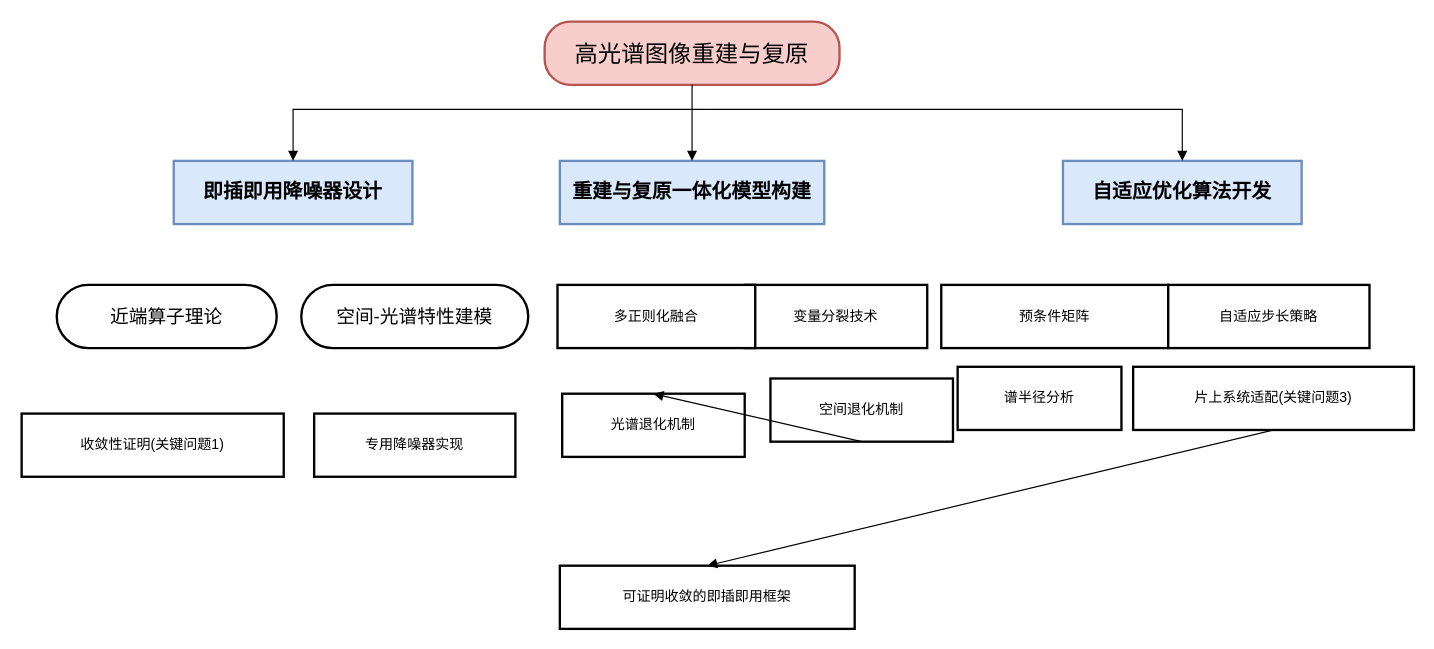
This is Untitled Diagram2.drawio from alicelxx/PARM-NLRR2D, a draw.io file, before an edit. Source tidied: cells renumbered, new cells numbered last; positions are measured from the earlier drawing's top-left corner, leaving out a move shared by most shapes. Both pictures are drawn from the tidied source at 117%, with x=0, y=0 at pixel (21, 21).
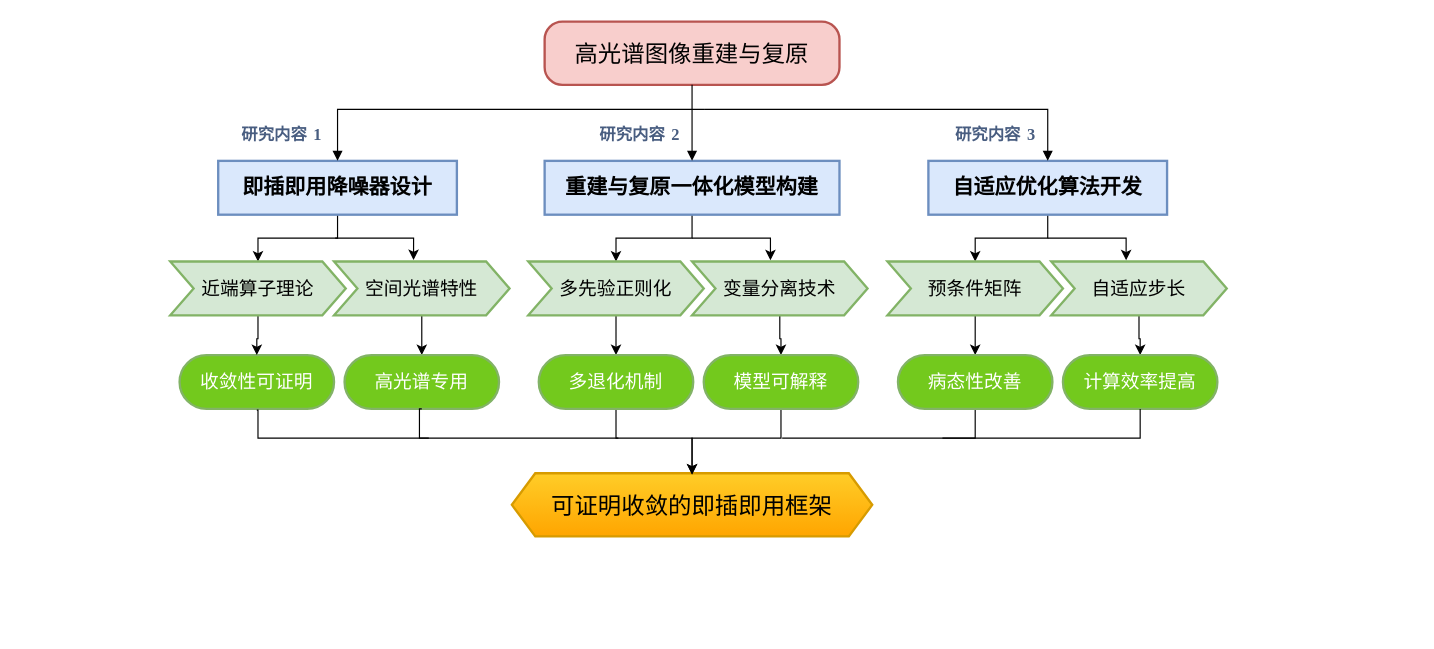
The same page after the edit.

The edit, as a diff of the source:
```diff
@@
-    <mxCell id="2" value="高光谱图像重建与复原" style="whiteSpace=wrap;strokeWidth=2;fillColor=#f8cecc;strokeColor=#b85450;rounded=1;arcSize=41;fontSize=20;" parent="1" vertex="1">
+    <mxCell id="2" value="高光谱图像重建与复原" style="whiteSpace=wrap;strokeWidth=2;fillColor=#f8cecc;strokeColor=#b85450;rounded=1;arcSize=28;fontSize=20;" parent="1" vertex="1">
       <mxGeometry x="447" width="252" height="54" as="geometry" />
     </mxCell>
+    <mxCell id="24" style="edgeStyle=orthogonalEdgeStyle;rounded=0;jettySize=auto;html=1;exitX=0.5;exitY=1;exitDx=0;exitDy=0;" parent="1" edge="1" source="3" target="6">
+      <mxGeometry relative="1" as="geometry" />
+    </mxCell>
-    <mxCell id="3" value="即插即用降噪器设计" style="whiteSpace=wrap;strokeWidth=2;fillColor=#dae8fc;strokeColor=#6c8ebf;fontSize=17;fontFamily=Comic Sans MS;fontStyle=1;align=center;verticalAlign=middle;" parent="1" vertex="1">
-      <mxGeometry x="130" y="119" width="204" height="54" as="geometry" />
+    <mxCell id="3" value="即插即用降噪器设计" style="whiteSpace=wrap;strokeWidth=2;fillColor=#dae8fc;strokeColor=#6c8ebf;fontSize=18;fontFamily=Comic Sans MS;fontStyle=1;align=center;verticalAlign=middle;" parent="1" vertex="1">
+      <mxGeometry x="168" y="119" width="204" height="46" as="geometry" />
     </mxCell>
+    <mxCell id="25" style="edgeStyle=orthogonalEdgeStyle;rounded=0;jettySize=auto;html=1;exitX=0.5;exitY=1;exitDx=0;exitDy=0;entryX=0.5;entryY=0;entryDx=0;entryDy=0;" parent="1" edge="1" source="4" target="34">
+      <mxGeometry relative="1" as="geometry" />
+    </mxCell>
-    <mxCell id="4" value="重建与复原一体化模型构建" style="whiteSpace=wrap;strokeWidth=2;fontSize=17;fontFamily=Comic Sans MS;fillColor=#dae8fc;strokeColor=#6c8ebf;fontStyle=1;align=center;verticalAlign=middle;" parent="1" vertex="1">
-      <mxGeometry x="460" y="119" width="226" height="54" as="geometry" />
+    <mxCell id="4" value="重建与复原一体化模型构建" style="whiteSpace=wrap;strokeWidth=2;fontSize=18;fontFamily=Comic Sans MS;fillColor=#dae8fc;strokeColor=#6c8ebf;fontStyle=1;align=center;verticalAlign=middle;" parent="1" vertex="1">
+      <mxGeometry x="447" y="119" width="252" height="46" as="geometry" />
     </mxCell>
+    <mxCell id="26" style="edgeStyle=orthogonalEdgeStyle;rounded=0;jettySize=auto;html=1;exitX=0.5;exitY=1;exitDx=0;exitDy=0;" parent="1" edge="1" source="5" target="14">
+      <mxGeometry relative="1" as="geometry" />
+    </mxCell>
-    <mxCell id="5" value="自适应优化算法开发" style="whiteSpace=wrap;strokeWidth=2;fontSize=17;fontFamily=Comic Sans MS;fontStyle=1;fillColor=#dae8fc;strokeColor=#6c8ebf;align=center;verticalAlign=middle;" parent="1" vertex="1">
-      <mxGeometry x="890" y="119" width="204" height="54" as="geometry" />
+    <mxCell id="5" value="自适应优化算法开发" style="whiteSpace=wrap;strokeWidth=2;fontSize=18;fontFamily=Comic Sans MS;fontStyle=1;fillColor=#dae8fc;strokeColor=#6c8ebf;align=center;verticalAlign=middle;" parent="1" vertex="1">
+      <mxGeometry x="775" y="119" width="204" height="46" as="geometry" />
     </mxCell>
-    <mxCell id="6" value="近端算子理论" style="whiteSpace=wrap;strokeWidth=2;glass=0;rounded=1;shadow=0;arcSize=50;fontSize=16;fontFamily=Times New Roman;" parent="1" vertex="1">
-      <mxGeometry x="30" y="225" width="188" height="54" as="geometry" />
-    </mxCell>
-    <mxCell id="7" value="空间-光谱特性建模" style="whiteSpace=wrap;strokeWidth=2;rounded=1;arcSize=50;fontSize=16;" parent="1" vertex="1">
-      <mxGeometry x="239" y="225" width="194" height="54" as="geometry" />
-    </mxCell>
-    <mxCell id="8" value="收敛性证明(关键问题1)" style="whiteSpace=wrap;strokeWidth=2;" parent="1" vertex="1">
-      <mxGeometry y="335" width="224" height="54" as="geometry" />
+    <mxCell id="8" value="收敛性可证明" style="whiteSpace=wrap;strokeWidth=2;rounded=1;arcSize=50;fillColor=light-dark(#73c91d, #4a890c);strokeColor=#82B366;fontColor=#FFFFFF;fontSize=16;fillStyle=auto;" parent="1" vertex="1">
+      <mxGeometry x="135" y="285" width="132" height="46" as="geometry" />
     </mxCell>
-    <mxCell id="9" value="专用降噪器实现" style="whiteSpace=wrap;strokeWidth=2;" parent="1" vertex="1">
-      <mxGeometry x="250" y="335" width="172" height="54" as="geometry" />
-    </mxCell>
-    <mxCell id="10" value="空间退化机制" style="whiteSpace=wrap;strokeWidth=2;" parent="1" vertex="1">
-      <mxGeometry x="640" y="305" width="156" height="54" as="geometry" />
-    </mxCell>
-    <mxCell id="11" value="光谱退化机制" style="whiteSpace=wrap;strokeWidth=2;" parent="1" vertex="1">
-      <mxGeometry x="462" y="318" width="156" height="54" as="geometry" />
-    </mxCell>
-    <mxCell id="12" value="变量分裂技术" style="whiteSpace=wrap;strokeWidth=2;" parent="1" vertex="1">
-      <mxGeometry x="618" y="225" width="156" height="54" as="geometry" />
-    </mxCell>
-    <mxCell id="13" value="多正则化融合" style="whiteSpace=wrap;strokeWidth=2;" parent="1" vertex="1">
-      <mxGeometry x="458" y="225" width="169" height="54" as="geometry" />
-    </mxCell>
-    <mxCell id="14" value="预条件矩阵" style="whiteSpace=wrap;strokeWidth=2;" parent="1" vertex="1">
-      <mxGeometry x="786" y="225" width="194" height="54" as="geometry" />
-    </mxCell>
-    <mxCell id="15" value="谱半径分析" style="whiteSpace=wrap;strokeWidth=2;" parent="1" vertex="1">
-      <mxGeometry x="800" y="295" width="140" height="54" as="geometry" />
-    </mxCell>
-    <mxCell id="16" value="自适应步长策略" style="whiteSpace=wrap;strokeWidth=2;" parent="1" vertex="1">
-      <mxGeometry x="980" y="225" width="172" height="54" as="geometry" />
-    </mxCell>
-    <mxCell id="17" value="片上系统适配(关键问题3)" style="whiteSpace=wrap;strokeWidth=2;" parent="1" vertex="1">
-      <mxGeometry x="950" y="295" width="240" height="54" as="geometry" />
-    </mxCell>
-    <mxCell id="18" value="可证明收敛的即插即用框架" style="whiteSpace=wrap;strokeWidth=2;" parent="1" vertex="1">
-      <mxGeometry x="460" y="465" width="252" height="54" as="geometry" />
-    </mxCell>
     <mxCell id="19" style="curved=0;startArrow=none;endArrow=block;entryX=0.5;entryY=0;rounded=0;" parent="1" edge="1" target="3">
       <mxGeometry relative="1" as="geometry">
         <mxPoint x="584" y="75" as="sourcePoint" />
         <Array as="points">
-          <mxPoint x="232" y="75" />
+          <mxPoint x="270" y="75" />
         </Array>
       </mxGeometry>
     </mxCell>
@@
     <mxCell id="21" style="curved=0;startArrow=none;endArrow=block;entryX=0.5;entryY=0;rounded=0;" parent="1" edge="1" target="5">
       <mxGeometry relative="1" as="geometry">
         <mxPoint x="584" y="75" as="sourcePoint" />
         <Array as="points">
-          <mxPoint x="992" y="75" />
+          <mxPoint x="877" y="75" />
         </Array>
       </mxGeometry>
     </mxCell>
-    <mxCell id="22" style="curved=1;startArrow=none;endArrow=block;exitX=0.5;exitY=1;entryX=0.5;entryY=0;rounded=0;" parent="1" edge="1" source="10" target="11">
-      <mxGeometry relative="1" as="geometry" />
-    </mxCell>
-    <mxCell id="23" style="curved=1;startArrow=none;endArrow=block;exitX=0.5;exitY=1;entryX=0.5;entryY=0;rounded=0;" parent="1" edge="1" source="17" target="18">
-      <mxGeometry relative="1" as="geometry" />
-    </mxCell>
+    <mxCell id="27" style="edgeStyle=orthogonalEdgeStyle;rounded=0;jettySize=auto;html=1;" parent="1" edge="1" source="28" target="40">
+      <mxGeometry relative="1" as="geometry" />
+    </mxCell>
+    <mxCell id="28" value="空间光谱特性" style="shape=step;perimeter=stepPerimeter;whiteSpace=wrap;html=1;fixedSize=1;fontSize=16;size=20;fillColor=#d5e8d4;strokeColor=#82b366;strokeWidth=2;" parent="1" vertex="1">
+      <mxGeometry x="267" y="205" width="150" height="46" as="geometry" />
+    </mxCell>
+    <mxCell id="18" value="&lt;span style=&quot;font-size: 20px;&quot;&gt;可证明收敛的即插即用框架&lt;/span&gt;" style="shape=hexagon;perimeter=hexagonPerimeter2;whiteSpace=wrap;html=1;fixedSize=1;fillColor=#ffcd28;strokeColor=#d79b00;strokeWidth=2;gradientColor=#ffa500;" parent="1" vertex="1">
+      <mxGeometry x="419" y="386" width="308" height="54" as="geometry" />
+    </mxCell>
+    <mxCell id="29" value="研究内容&amp;nbsp;&lt;font face=&quot;Times New Roman&quot;&gt;1&lt;/font&gt;" style="text;html=1;align=center;verticalAlign=middle;strokeColor=none;fillColor=none;fontColor=#485D80;fontStyle=1;fontFamily=Comic Sans MS;fontSize=14;" parent="1" vertex="1">
+      <mxGeometry x="177" y="83" width="90" height="30" as="geometry" />
+    </mxCell>
+    <mxCell id="30" value="研究内容&amp;nbsp;&lt;font face=&quot;Times New Roman&quot;&gt;2&lt;/font&gt;" style="text;html=1;align=center;verticalAlign=middle;strokeColor=none;fillColor=none;fontColor=#485D80;fontStyle=1;fontFamily=Comic Sans MS;fontSize=14;" parent="1" vertex="1">
+      <mxGeometry x="483" y="83" width="90" height="30" as="geometry" />
+    </mxCell>
+    <mxCell id="31" value="研究内容&amp;nbsp;&lt;font face=&quot;Times New Roman&quot;&gt;3&lt;/font&gt;" style="text;html=1;align=center;verticalAlign=middle;strokeColor=none;fillColor=none;fontColor=#485D80;fontStyle=1;fontFamily=Comic Sans MS;fontSize=14;" parent="1" vertex="1">
+      <mxGeometry x="787" y="83" width="90" height="30" as="geometry" />
+    </mxCell>
+    <mxCell id="32" style="edgeStyle=orthogonalEdgeStyle;rounded=0;jettySize=auto;html=1;" parent="1" edge="1" source="6" target="8">
+      <mxGeometry relative="1" as="geometry" />
+    </mxCell>
+    <mxCell id="6" value="近端算子理论" style="shape=step;perimeter=stepPerimeter;whiteSpace=wrap;html=1;fixedSize=1;fontSize=16;size=20;fillColor=#d5e8d4;strokeColor=#82b366;strokeWidth=2;" parent="1" vertex="1">
+      <mxGeometry x="127" y="205" width="150" height="46" as="geometry" />
+    </mxCell>
+    <mxCell id="33" style="edgeStyle=orthogonalEdgeStyle;rounded=0;jettySize=auto;html=1;" parent="1" edge="1" source="34" target="45">
+      <mxGeometry relative="1" as="geometry" />
+    </mxCell>
+    <mxCell id="34" value="多先验正则化" style="shape=step;perimeter=stepPerimeter;whiteSpace=wrap;html=1;fixedSize=1;fontSize=16;size=20;fillColor=#d5e8d4;strokeColor=#82b366;strokeWidth=2;" parent="1" vertex="1">
+      <mxGeometry x="433" y="205" width="150" height="46" as="geometry" />
+    </mxCell>
+    <mxCell id="35" style="edgeStyle=orthogonalEdgeStyle;rounded=0;jettySize=auto;html=1;" parent="1" edge="1" source="36" target="47">
+      <mxGeometry relative="1" as="geometry" />
+    </mxCell>
+    <mxCell id="36" value="变量分离技术" style="shape=step;perimeter=stepPerimeter;whiteSpace=wrap;html=1;fixedSize=1;fontSize=16;size=20;fillColor=#d5e8d4;strokeColor=#82b366;strokeWidth=2;" parent="1" vertex="1">
+      <mxGeometry x="573" y="205" width="150" height="46" as="geometry" />
+    </mxCell>
+    <mxCell id="37" style="edgeStyle=orthogonalEdgeStyle;rounded=0;jettySize=auto;html=1;" parent="1" edge="1" source="38" target="50">
+      <mxGeometry relative="1" as="geometry" />
+    </mxCell>
+    <mxCell id="38" value="自适应步长" style="shape=step;perimeter=stepPerimeter;whiteSpace=wrap;html=1;fixedSize=1;fontSize=16;size=20;fillColor=#d5e8d4;strokeColor=#82b366;strokeWidth=2;" parent="1" vertex="1">
+      <mxGeometry x="880" y="205" width="150" height="46" as="geometry" />
+    </mxCell>
+    <mxCell id="39" style="edgeStyle=orthogonalEdgeStyle;rounded=0;jettySize=auto;html=1;" parent="1" edge="1" source="14" target="49">
+      <mxGeometry relative="1" as="geometry" />
+    </mxCell>
+    <mxCell id="14" value="预条件矩阵" style="shape=step;perimeter=stepPerimeter;whiteSpace=wrap;html=1;fixedSize=1;fontSize=16;size=20;fillColor=#d5e8d4;strokeColor=#82b366;strokeWidth=2;" parent="1" vertex="1">
+      <mxGeometry x="740" y="205" width="150" height="46" as="geometry" />
+    </mxCell>
+    <mxCell id="40" value="高光谱专用" style="whiteSpace=wrap;strokeWidth=2;rounded=1;arcSize=50;fillColor=light-dark(#73c91d, #4a890c);strokeColor=#82B366;fontColor=#ffffff;fontSize=16;fillStyle=auto;" parent="1" vertex="1">
+      <mxGeometry x="276" y="285" width="132" height="46" as="geometry" />
+    </mxCell>
+    <mxCell id="41" style="endArrow=classic;html=1;rounded=0;entryX=0.453;entryY=-0.027;entryDx=0;entryDy=0;entryPerimeter=0;" parent="1" edge="1" target="28">
+      <mxGeometry relative="1" as="geometry">
+        <mxPoint x="268" y="185" as="sourcePoint" />
+        <Array as="points">
+          <mxPoint x="335" y="185" />
+        </Array>
+      </mxGeometry>
+    </mxCell>
+    <mxCell id="42" style="endArrow=classic;html=1;rounded=0;entryX=0.453;entryY=-0.027;entryDx=0;entryDy=0;entryPerimeter=0;" parent="1" edge="1">
+      <mxGeometry relative="1" as="geometry">
+        <mxPoint x="573" y="185" as="sourcePoint" />
+        <mxPoint x="640" y="204" as="targetPoint" />
+        <Array as="points">
+          <mxPoint x="640" y="185" />
+        </Array>
+      </mxGeometry>
+    </mxCell>
+    <mxCell id="43" style="endArrow=classic;html=1;rounded=0;entryX=0.453;entryY=-0.027;entryDx=0;entryDy=0;entryPerimeter=0;" parent="1" edge="1">
+      <mxGeometry relative="1" as="geometry">
+        <mxPoint x="877" y="185" as="sourcePoint" />
+        <mxPoint x="944" y="204" as="targetPoint" />
+        <Array as="points">
+          <mxPoint x="944" y="185" />
+        </Array>
+      </mxGeometry>
+    </mxCell>
+    <mxCell id="44" style="edgeStyle=orthogonalEdgeStyle;rounded=0;orthogonalLoop=1;jettySize=auto;html=1;" parent="1" edge="1">
+      <mxGeometry relative="1" as="geometry">
+        <mxPoint x="508" y="332" as="sourcePoint" />
+        <mxPoint x="573" y="387" as="targetPoint" />
+        <Array as="points">
+          <mxPoint x="508" y="356" />
+          <mxPoint x="573" y="356" />
+        </Array>
+      </mxGeometry>
+    </mxCell>
+    <mxCell id="45" value="多退化机制" style="whiteSpace=wrap;strokeWidth=2;rounded=1;arcSize=50;fillColor=light-dark(#73c91d, #4a890c);strokeColor=#82B366;fontColor=#ffffff;fontSize=16;fillStyle=auto;" parent="1" vertex="1">
+      <mxGeometry x="442" y="285" width="132" height="46" as="geometry" />
+    </mxCell>
+    <mxCell id="46" style="edgeStyle=orthogonalEdgeStyle;rounded=0;orthogonalLoop=1;jettySize=auto;html=1;" parent="1" edge="1">
+      <mxGeometry relative="1" as="geometry">
+        <mxPoint x="649" y="332" as="sourcePoint" />
+        <mxPoint x="573" y="387" as="targetPoint" />
+        <Array as="points">
+          <mxPoint x="649" y="356" />
+          <mxPoint x="573" y="356" />
+        </Array>
+      </mxGeometry>
+    </mxCell>
+    <mxCell id="47" value="模型可解释" style="whiteSpace=wrap;strokeWidth=2;rounded=1;arcSize=50;fillColor=light-dark(#73c91d, #4a890c);strokeColor=#82B366;fontColor=#ffffff;fontSize=16;fillStyle=auto;" parent="1" vertex="1">
+      <mxGeometry x="583" y="285" width="132" height="46" as="geometry" />
+    </mxCell>
+    <mxCell id="48" style="edgeStyle=elbowEdgeStyle;rounded=0;jettySize=auto;html=1;endArrow=none;startFill=0;exitX=0.5;exitY=1;exitDx=0;exitDy=0;" parent="1" edge="1" source="49">
+      <mxGeometry relative="1" as="geometry">
+        <mxPoint x="650" y="356" as="targetPoint" />
+        <Array as="points">
+          <mxPoint x="815" y="345" />
+        </Array>
+      </mxGeometry>
+    </mxCell>
+    <mxCell id="49" value="病态性改善" style="whiteSpace=wrap;strokeWidth=2;rounded=1;arcSize=50;fillColor=light-dark(#73c91d, #4a890c);strokeColor=#82B366;fontColor=#ffffff;fontSize=16;fillStyle=auto;" parent="1" vertex="1">
+      <mxGeometry x="749" y="285" width="132" height="46" as="geometry" />
+    </mxCell>
+    <mxCell id="50" value="计算效率提高" style="whiteSpace=wrap;strokeWidth=2;rounded=1;arcSize=50;fillColor=light-dark(#73c91d, #4a890c);strokeColor=#82B366;fontColor=#ffffff;fontSize=16;fillStyle=auto;" parent="1" vertex="1">
+      <mxGeometry x="890" y="285" width="132" height="46" as="geometry" />
+    </mxCell>
+    <mxCell id="51" style="edgeStyle=elbowEdgeStyle;rounded=0;jettySize=auto;html=1;endArrow=none;startFill=0;exitX=0.5;exitY=1;exitDx=0;exitDy=0;" parent="1" edge="1" source="50">
+      <mxGeometry relative="1" as="geometry">
+        <mxPoint x="787" y="356" as="targetPoint" />
+        <Array as="points">
+          <mxPoint x="956" y="355" />
+        </Array>
+      </mxGeometry>
+    </mxCell>
+    <mxCell id="52" style="edgeStyle=elbowEdgeStyle;rounded=0;jettySize=auto;html=1;endArrow=none;startFill=0;entryX=0.5;entryY=1;entryDx=0;entryDy=0;" parent="1" edge="1" target="40">
+      <mxGeometry relative="1" as="geometry">
+        <mxPoint x="510" y="356" as="sourcePoint" />
+        <Array as="points">
+          <mxPoint x="340" y="345" />
+        </Array>
+      </mxGeometry>
+    </mxCell>
+    <mxCell id="53" style="edgeStyle=elbowEdgeStyle;rounded=0;orthogonalLoop=1;jettySize=auto;html=1;endArrow=none;startFill=0;entryX=0.5;entryY=1;entryDx=0;entryDy=0;" parent="1" edge="1">
+      <mxGeometry relative="1" as="geometry">
+        <mxPoint x="348" y="356" as="sourcePoint" />
+        <mxPoint x="201" y="332" as="targetPoint" />
+        <Array as="points">
+          <mxPoint x="202" y="366" />
+        </Array>
+      </mxGeometry>
+    </mxCell>
```
